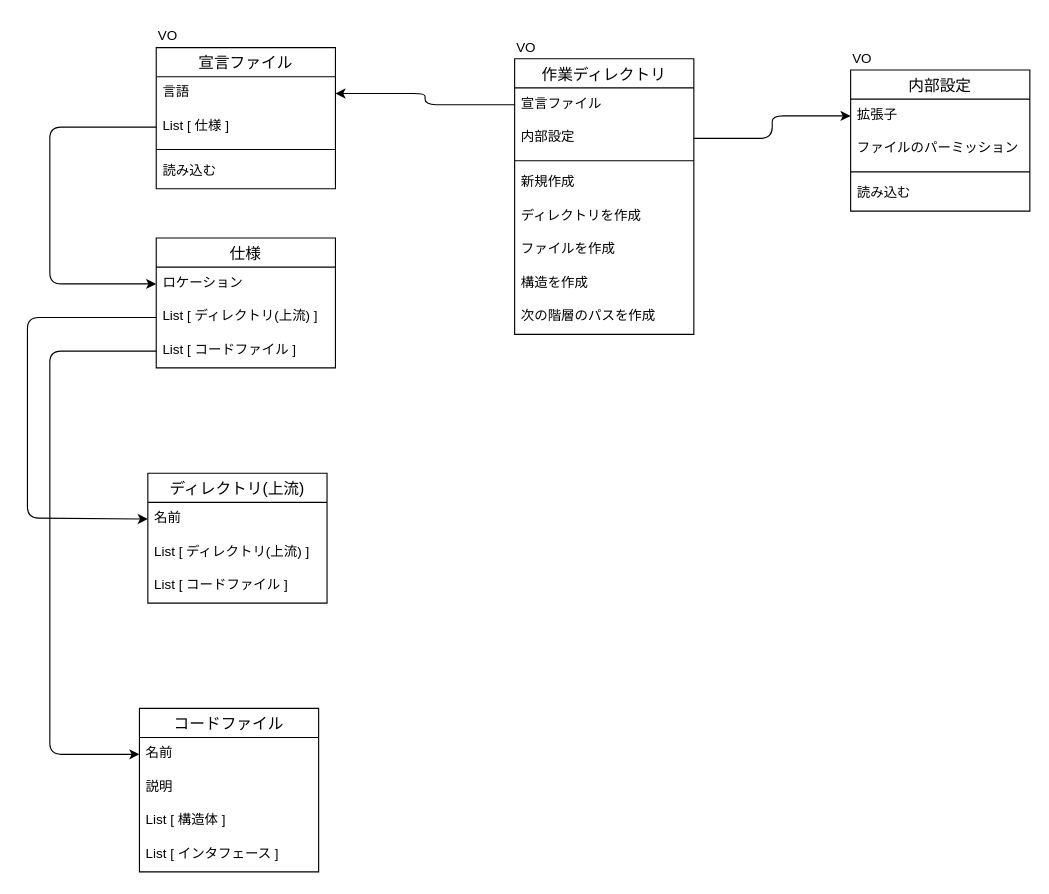
asweed888/clerk keeps this draw.io diagram as page "ドメインモデル図" (1 of 2) of design.dio. Above is the earlier version. Source tidied: cells renumbered, new cells numbered last; positions are measured from the earlier drawing's top-left corner, leaving out a move shared by most shapes. Both pictures are drawn from the tidied source at 112%, with x=0, y=0 at pixel (27, 19).
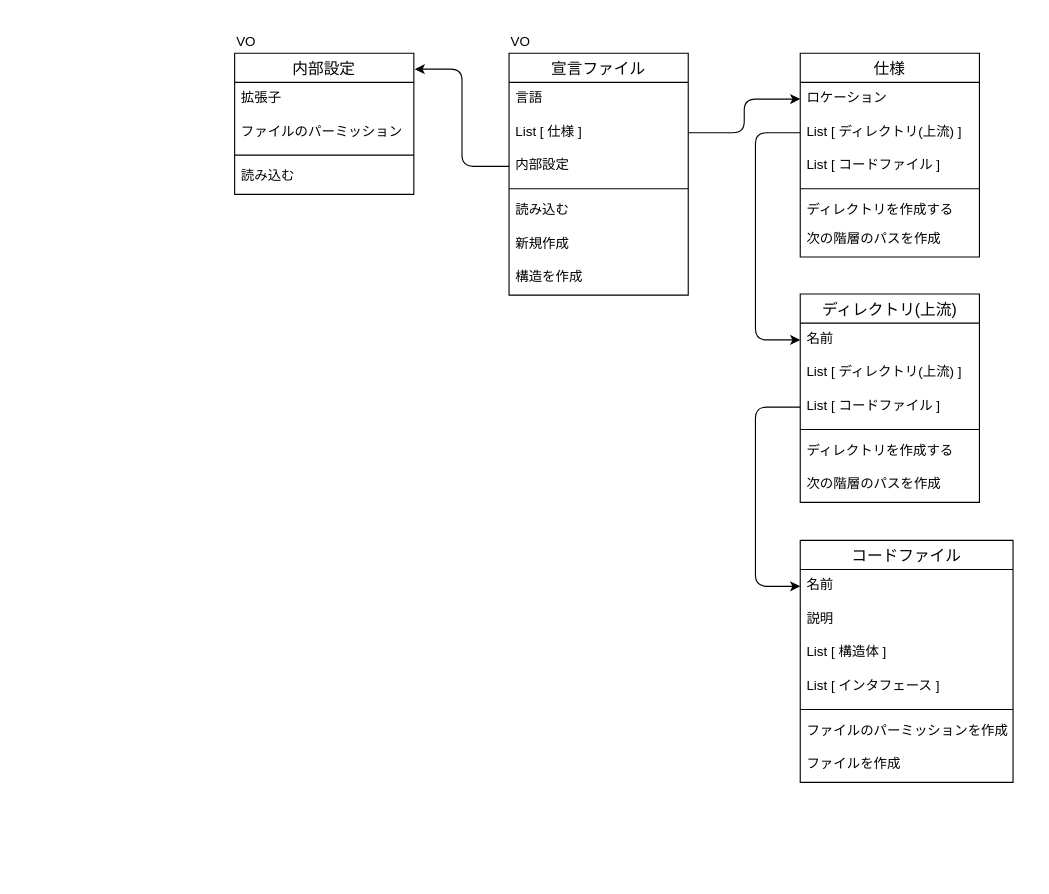
Above is the later version.

The change refers to these unchanged cells:
```xml
<mxCell id="4" value="言語" style="text;strokeColor=none;fillColor=none;spacingLeft=4;spacingRight=4;overflow=hidden;points=[[0,0.5],[1,0.5]];portConstraint=eastwest;fontSize=12;" parent="3" vertex="1">
  <mxGeometry y="26" width="160" height="30" as="geometry" />
</mxCell>
<mxCell id="5" value="List [ 仕様 ]" style="text;strokeColor=none;fillColor=none;spacingLeft=4;spacingRight=4;overflow=hidden;points=[[0,0.5],[1,0.5]];portConstraint=eastwest;fontSize=12;" parent="3" vertex="1">
  <mxGeometry y="56" width="160" height="30" as="geometry" />
</mxCell>
<mxCell id="10" value="内部設定" style="swimlane;fontStyle=0;horizontal=1;startSize=26;align=center;fontSize=14;" parent="9" vertex="1">
  <mxGeometry x="15" y="20" width="160" height="126" as="geometry" />
</mxCell>
<mxCell id="11" value="拡張子" style="text;strokeColor=none;fillColor=none;spacingLeft=4;spacingRight=4;overflow=hidden;points=[[0,0.5],[1,0.5]];portConstraint=eastwest;fontSize=12;" parent="10" vertex="1">
  <mxGeometry y="26" width="160" height="30" as="geometry" />
</mxCell>
<mxCell id="17" value="ロケーション" style="text;strokeColor=none;fillColor=none;spacingLeft=4;spacingRight=4;overflow=hidden;points=[[0,0.5],[1,0.5]];portConstraint=eastwest;fontSize=12;" parent="16" vertex="1">
  <mxGeometry y="26" width="160" height="30" as="geometry" />
</mxCell>
<mxCell id="18" value="List [ ディレクトリ(上流) ]" style="text;strokeColor=none;fillColor=none;spacingLeft=4;spacingRight=4;overflow=hidden;points=[[0,0.5],[1,0.5]];portConstraint=eastwest;fontSize=12;" parent="16" vertex="1">
  <mxGeometry y="56" width="160" height="30" as="geometry" />
</mxCell>
<mxCell id="19" value="List [ コードファイル ]" style="text;strokeColor=none;fillColor=none;spacingLeft=4;spacingRight=4;overflow=hidden;points=[[0,0.5],[1,0.5]];portConstraint=eastwest;fontSize=12;" parent="16" vertex="1">
  <mxGeometry y="86" width="160" height="30" as="geometry" />
</mxCell>
<mxCell id="21" value="名前" style="text;strokeColor=none;fillColor=none;spacingLeft=4;spacingRight=4;overflow=hidden;points=[[0,0.5],[1,0.5]];portConstraint=eastwest;fontSize=12;" parent="20" vertex="1">
  <mxGeometry y="26" width="160" height="30" as="geometry" />
</mxCell>
<mxCell id="23" value="List [ コードファイル ]" style="text;strokeColor=none;fillColor=none;spacingLeft=4;spacingRight=4;overflow=hidden;points=[[0,0.5],[1,0.5]];portConstraint=eastwest;fontSize=12;" parent="20" vertex="1">
  <mxGeometry y="86" width="160" height="30" as="geometry" />
</mxCell>
```

Change to the diagram source:
```diff
@@
     <mxCell id="2" style="group;" parent="1" vertex="1">
-      <mxGeometry x="100" y="5" width="175" height="136" as="geometry" />
+      <mxGeometry x="500" y="10" width="175" height="136" as="geometry" />
     </mxCell>
     <mxCell id="3" value="宣言ファイル" style="swimlane;fontStyle=0;horizontal=1;startSize=26;align=center;fontSize=14;" parent="2" vertex="1">
-      <mxGeometry x="15" y="20" width="160" height="126" as="geometry" />
+      <mxGeometry x="-70" y="20" width="160" height="216" as="geometry" />
     </mxCell>
@@
+    <mxCell id="35" value="内部設定" style="text;strokeColor=none;fillColor=none;spacingLeft=4;spacingRight=4;overflow=hidden;points=[[0,0.5],[1,0.5]];portConstraint=eastwest;fontSize=12;" parent="3" vertex="1">
+      <mxGeometry y="86" width="160" height="30" as="geometry" />
+    </mxCell>
     <mxCell id="6" style="line;strokeWidth=1;dashed=0;labelPosition=right;align=left;verticalAlign=middle;spacingTop=0;spacingLeft=6;strokeColor=default;" parent="3" vertex="1">
-      <mxGeometry y="86" width="160" height="10" as="geometry" />
+      <mxGeometry y="116" width="160" height="10" as="geometry" />
     </mxCell>
     <mxCell id="7" value="読み込む" style="text;strokeColor=none;fillColor=none;spacingLeft=4;spacingRight=4;overflow=hidden;fontSize=12;" parent="3" vertex="1">
-      <mxGeometry y="96" width="160" height="30" as="geometry" />
+      <mxGeometry y="126" width="160" height="30" as="geometry" />
     </mxCell>
+    <mxCell id="37" value="新規作成" style="text;strokeColor=none;fillColor=none;spacingLeft=4;spacingRight=4;overflow=hidden;fontSize=12;" parent="3" vertex="1">
+      <mxGeometry y="156" width="160" height="30" as="geometry" />
+    </mxCell>
+    <mxCell id="40" value="構造を作成" style="text;strokeColor=none;fillColor=none;spacingLeft=4;spacingRight=4;overflow=hidden;fontSize=12;" parent="3" vertex="1">
+      <mxGeometry y="186" width="160" height="30" as="geometry" />
+    </mxCell>
     <mxCell id="8" value="VO" style="text;html=1;align=center;verticalAlign=middle;strokeColor=none;fillColor=none;" parent="2" vertex="1">
-      <mxGeometry x="5" y="-5" width="40" height="30" as="geometry" />
+      <mxGeometry x="-80" y="-5" width="40" height="30" as="geometry" />
     </mxCell>
     <mxCell id="9" style="group;" parent="1" vertex="1">
-      <mxGeometry x="720" y="25" width="175" height="106" as="geometry" />
+      <mxGeometry x="170" y="10" width="175" height="106" as="geometry" />
     </mxCell>
@@
     <mxCell id="16" value="仕様" style="swimlane;fontStyle=0;horizontal=1;startSize=26;align=center;fontSize=14;" parent="1" vertex="1">
-      <mxGeometry x="115" y="195" width="160" height="116" as="geometry" />
+      <mxGeometry x="690" y="30" width="160" height="182" as="geometry" />
     </mxCell>
@@
+    <mxCell id="45" style="line;strokeWidth=1;dashed=0;labelPosition=right;align=left;verticalAlign=middle;spacingTop=0;spacingLeft=6;" parent="16" vertex="1">
+      <mxGeometry y="116" width="160" height="10" as="geometry" />
+    </mxCell>
+    <mxCell id="46" value="ディレクトリを作成する" style="text;strokeColor=none;fillColor=none;spacingLeft=4;spacingRight=4;overflow=hidden;fontSize=12;" parent="16" vertex="1">
+      <mxGeometry y="126" width="160" height="26" as="geometry" />
+    </mxCell>
+    <mxCell id="41" value="次の階層のパスを作成" style="text;strokeColor=none;fillColor=none;spacingLeft=4;spacingRight=4;overflow=hidden;fontSize=12;" parent="16" vertex="1">
+      <mxGeometry y="152" width="160" height="30" as="geometry" />
+    </mxCell>
     <mxCell id="20" value="ディレクトリ(上流)" style="swimlane;fontStyle=0;horizontal=1;startSize=26;align=center;fontSize=14;" parent="1" vertex="1">
-      <mxGeometry x="107.5" y="405" width="160" height="116" as="geometry" />
+      <mxGeometry x="690" y="245" width="160" height="186" as="geometry" />
     </mxCell>
@@
+    <mxCell id="47" style="line;strokeWidth=1;dashed=0;labelPosition=right;align=left;verticalAlign=middle;spacingTop=0;spacingLeft=6;" parent="20" vertex="1">
+      <mxGeometry y="116" width="160" height="10" as="geometry" />
+    </mxCell>
+    <mxCell id="48" value="ディレクトリを作成する" style="text;strokeColor=none;fillColor=none;spacingLeft=4;spacingRight=4;overflow=hidden;fontSize=12;" parent="20" vertex="1">
+      <mxGeometry y="126" width="160" height="30" as="geometry" />
+    </mxCell>
+    <mxCell id="49" value="次の階層のパスを作成" style="text;strokeColor=none;fillColor=none;spacingLeft=4;spacingRight=4;overflow=hidden;fontSize=12;" parent="20" vertex="1">
+      <mxGeometry y="156" width="160" height="30" as="geometry" />
+    </mxCell>
     <mxCell id="24" value="コードファイル" style="swimlane;fontStyle=0;horizontal=1;startSize=26;align=center;fontSize=14;" parent="1" vertex="1">
-      <mxGeometry x="100" y="615" width="160" height="146" as="geometry" />
+      <mxGeometry x="690" y="465" width="190" height="216" as="geometry" />
     </mxCell>
     <mxCell id="25" value="名前" style="text;strokeColor=none;fillColor=none;spacingLeft=4;spacingRight=4;overflow=hidden;points=[[0,0.5],[1,0.5]];portConstraint=eastwest;fontSize=12;" parent="24" vertex="1">
-      <mxGeometry y="26" width="160" height="30" as="geometry" />
+      <mxGeometry y="26" width="190" height="30" as="geometry" />
     </mxCell>
     <mxCell id="26" value="説明" style="text;strokeColor=none;fillColor=none;spacingLeft=4;spacingRight=4;overflow=hidden;fontSize=12;" parent="24" vertex="1">
-      <mxGeometry y="56" width="160" height="30" as="geometry" />
+      <mxGeometry y="56" width="190" height="30" as="geometry" />
     </mxCell>
     <mxCell id="27" value="List [ 構造体 ]" style="text;strokeColor=none;fillColor=none;spacingLeft=4;spacingRight=4;overflow=hidden;fontSize=12;" parent="24" vertex="1">
-      <mxGeometry y="86" width="160" height="30" as="geometry" />
+      <mxGeometry y="86" width="190" height="30" as="geometry" />
     </mxCell>
     <mxCell id="28" value="List [ インタフェース ]" style="text;strokeColor=none;fillColor=none;spacingLeft=4;spacingRight=4;overflow=hidden;fontSize=12;" parent="24" vertex="1">
-      <mxGeometry y="116" width="160" height="30" as="geometry" />
+      <mxGeometry y="116" width="190" height="30" as="geometry" />
     </mxCell>
+    <mxCell id="50" style="line;strokeWidth=1;dashed=0;labelPosition=right;align=left;verticalAlign=middle;spacingTop=0;spacingLeft=6;" parent="24" vertex="1">
+      <mxGeometry y="146" width="190" height="10" as="geometry" />
+    </mxCell>
+    <mxCell id="51" value="ファイルのパーミッションを作成" style="text;strokeColor=none;fillColor=none;spacingLeft=4;spacingRight=4;overflow=hidden;fontSize=12;" parent="24" vertex="1">
+      <mxGeometry y="156" width="190" height="30" as="geometry" />
+    </mxCell>
+    <mxCell id="39" value="ファイルを作成" style="text;strokeColor=none;fillColor=none;spacingLeft=4;spacingRight=4;overflow=hidden;fontSize=12;" parent="24" vertex="1">
+      <mxGeometry y="186" width="190" height="30" as="geometry" />
+    </mxCell>
+    <mxCell id="52" style="edgeStyle=elbowEdgeStyle;html=1;entryX=1.005;entryY=0.113;entryDx=0;entryDy=0;entryPerimeter=0;" parent="1" edge="1" source="35" target="10">
+      <mxGeometry relative="1" as="geometry" />
+    </mxCell>
-    <mxCell id="29" style="edgeStyle=orthogonalEdgeStyle;html=1;elbow=vertical;entryX=0;entryY=0.5;entryDx=0;entryDy=0;" parent="1" edge="1" source="5" target="17">
-      <mxGeometry relative="1" as="geometry">
-        <Array as="points">
-          <mxPoint x="20" y="96" />
-          <mxPoint x="20" y="236" />
-        </Array>
-      </mxGeometry>
+    <mxCell id="29" style="edgeStyle=elbowEdgeStyle;html=1;entryX=0;entryY=0.5;entryDx=0;entryDy=0;" parent="1" edge="1" source="5" target="17">
+      <mxGeometry relative="1" as="geometry" />
     </mxCell>
-    <mxCell id="30" style="edgeStyle=orthogonalEdgeStyle;html=1;elbow=vertical;entryX=0;entryY=0.5;entryDx=0;entryDy=0;" parent="1" edge="1" source="18" target="21">
+    <mxCell id="30" style="edgeStyle=elbowEdgeStyle;html=1;exitX=0;exitY=0.5;exitDx=0;exitDy=0;entryX=0;entryY=0.5;entryDx=0;entryDy=0;" parent="1" edge="1" source="18" target="21">
       <mxGeometry relative="1" as="geometry">
         <Array as="points">
-          <mxPoint y="266" />
-          <mxPoint y="445" />
+          <mxPoint x="650" y="195" />
         </Array>
       </mxGeometry>
     </mxCell>
-    <mxCell id="31" style="edgeStyle=orthogonalEdgeStyle;html=1;entryX=0;entryY=0.5;entryDx=0;entryDy=0;elbow=vertical;" parent="1" edge="1" source="19" target="25">
-      <mxGeometry relative="1" as="geometry">
-        <Array as="points">
-          <mxPoint x="20" y="296" />
-          <mxPoint x="20" y="656" />
-        </Array>
-      </mxGeometry>
-    </mxCell>
-    <mxCell id="32" style="group;" parent="1" vertex="1">
-      <mxGeometry x="420" y="15" width="175" height="146" as="geometry" />
-    </mxCell>
-    <mxCell id="33" value="作業ディレクトリ" style="swimlane;fontStyle=0;horizontal=1;startSize=26;align=center;fontSize=14;strokeColor=default;" parent="32" vertex="1">
-      <mxGeometry x="15" y="20" width="160" height="246" as="geometry" />
-    </mxCell>
-    <mxCell id="34" value="宣言ファイル" style="text;strokeColor=none;fillColor=none;spacingLeft=4;spacingRight=4;overflow=hidden;points=[[0,0.5],[1,0.5]];portConstraint=eastwest;fontSize=12;" parent="33" vertex="1">
-      <mxGeometry y="26" width="160" height="30" as="geometry" />
-    </mxCell>
-    <mxCell id="35" value="内部設定" style="text;strokeColor=none;fillColor=none;spacingLeft=4;spacingRight=4;overflow=hidden;points=[[0,0.5],[1,0.5]];portConstraint=eastwest;fontSize=12;" parent="33" vertex="1">
-      <mxGeometry y="56" width="160" height="30" as="geometry" />
-    </mxCell>
-    <mxCell id="36" style="line;strokeWidth=1;dashed=0;labelPosition=right;align=left;verticalAlign=middle;spacingTop=0;spacingLeft=6;" parent="33" vertex="1">
-      <mxGeometry y="86" width="160" height="10" as="geometry" />
-    </mxCell>
-    <mxCell id="37" value="新規作成" style="text;strokeColor=none;fillColor=none;spacingLeft=4;spacingRight=4;overflow=hidden;fontSize=12;" parent="33" vertex="1">
-      <mxGeometry y="96" width="160" height="30" as="geometry" />
-    </mxCell>
-    <mxCell id="38" value="ディレクトリを作成" style="text;strokeColor=none;fillColor=none;spacingLeft=4;spacingRight=4;overflow=hidden;fontSize=12;" parent="33" vertex="1">
-      <mxGeometry y="126" width="160" height="30" as="geometry" />
-    </mxCell>
-    <mxCell id="39" value="ファイルを作成" style="text;strokeColor=none;fillColor=none;spacingLeft=4;spacingRight=4;overflow=hidden;fontSize=12;" parent="33" vertex="1">
-      <mxGeometry y="156" width="160" height="30" as="geometry" />
-    </mxCell>
-    <mxCell id="40" value="構造を作成" style="text;strokeColor=none;fillColor=none;spacingLeft=4;spacingRight=4;overflow=hidden;fontSize=12;" parent="33" vertex="1">
-      <mxGeometry y="186" width="160" height="30" as="geometry" />
-    </mxCell>
-    <mxCell id="41" value="次の階層のパスを作成" style="text;strokeColor=none;fillColor=none;spacingLeft=4;spacingRight=4;overflow=hidden;fontSize=12;" parent="33" vertex="1">
-      <mxGeometry y="216" width="160" height="30" as="geometry" />
-    </mxCell>
-    <mxCell id="42" value="VO" style="text;html=1;align=center;verticalAlign=middle;strokeColor=none;fillColor=none;" parent="32" vertex="1">
-      <mxGeometry x="10" width="30" height="20" as="geometry" />
-    </mxCell>
-    <mxCell id="43" style="edgeStyle=orthogonalEdgeStyle;html=1;entryX=1;entryY=0.5;entryDx=0;entryDy=0;elbow=vertical;" parent="1" edge="1" source="34" target="4">
-      <mxGeometry relative="1" as="geometry" />
-    </mxCell>
-    <mxCell id="44" style="edgeStyle=orthogonalEdgeStyle;html=1;entryX=0;entryY=0.5;entryDx=0;entryDy=0;elbow=vertical;" parent="1" edge="1" source="35" target="11">
-      <mxGeometry relative="1" as="geometry" />
-    </mxCell>
+    <mxCell id="53" style="html=1;entryX=0;entryY=0.5;entryDx=0;entryDy=0;edgeStyle=elbowEdgeStyle;" parent="1" edge="1" source="23" target="25">
+      <mxGeometry relative="1" as="geometry">
+        <Array as="points">
+          <mxPoint x="650" y="425" />
+        </Array>
+      </mxGeometry>
+    </mxCell>
```
